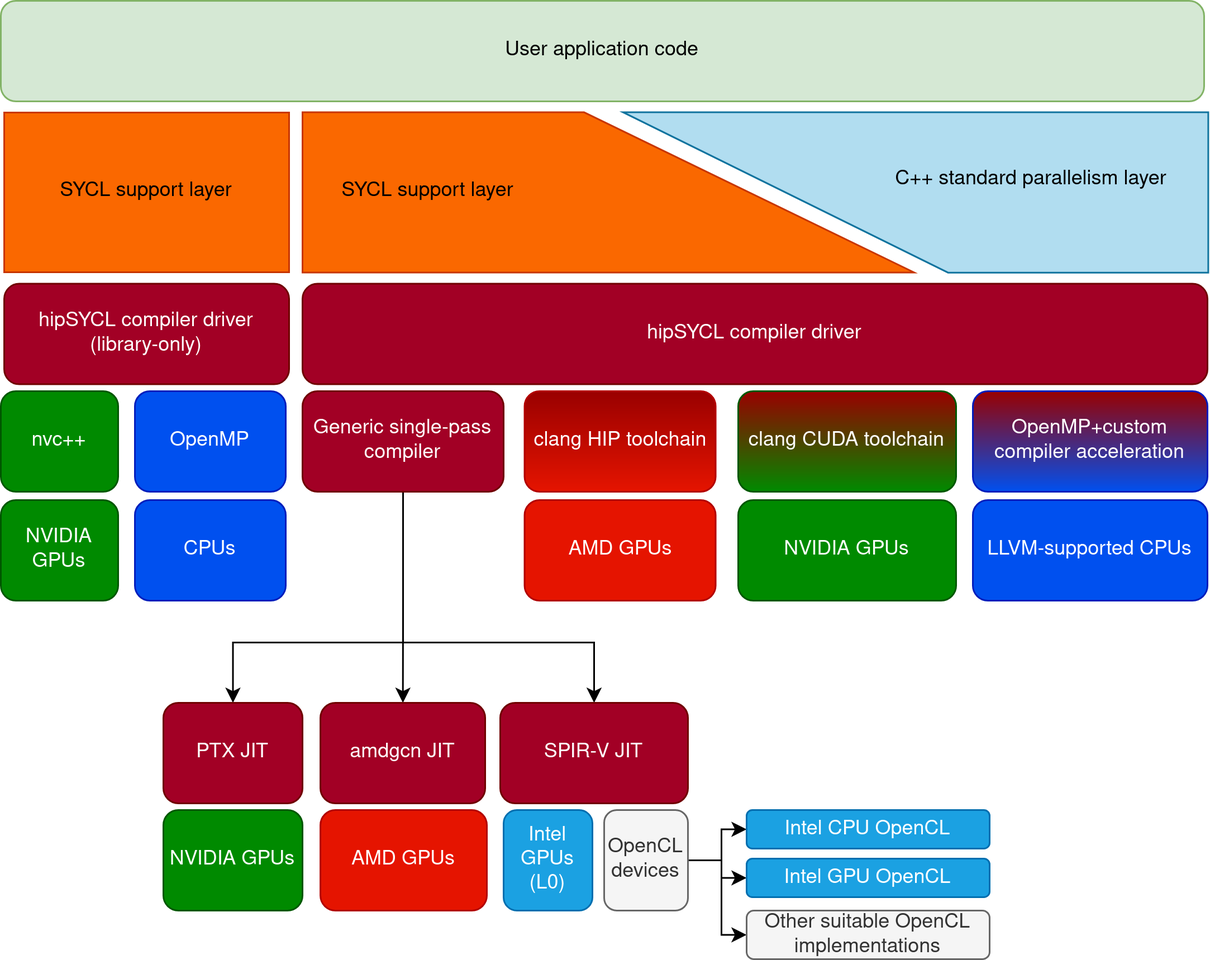
Before: doc/img/stack.png, a diagram exported from draw.io (AdaptiveCpp/AdaptiveCpp). Source tidied: cells renumbered, new cells last; positions are measured from the earlier drawing's top-left corner, leaving out a move shared by most shapes. Source of this version:
```xml
<mxGraphModel>
  <root>
    <mxCell id="0" />
    <mxCell id="1" parent="0" />
    <mxCell id="2" style="shape=manualInput;whiteSpace=wrap;html=1;rotation=90;size=197;fillColor=#fa6800;fontColor=#000000;strokeColor=#C73500;" parent="1" vertex="1">
      <mxGeometry x="314.7" y="-0.2" width="95.6" height="365" as="geometry" />
    </mxCell>
    <mxCell id="3" style="shape=manualInput;whiteSpace=wrap;html=1;rotation=-90;size=194;fillColor=#b1ddf0;strokeColor=#10739e;" parent="1" vertex="1">
      <mxGeometry x="498" y="7.7" width="95.7" height="349.3" as="geometry" />
    </mxCell>
    <mxCell id="4" value="SYCL support layer" style="text;html=1;strokeColor=none;fillColor=none;align=center;verticalAlign=middle;whiteSpace=wrap;rounded=0;" parent="1" vertex="1">
      <mxGeometry x="200" y="167.3" width="110" height="30" as="geometry" />
    </mxCell>
    <mxCell id="5" value="C++ standard parallelism layer" style="text;html=1;strokeColor=none;fillColor=none;align=center;verticalAlign=middle;whiteSpace=wrap;rounded=0;" parent="1" vertex="1">
      <mxGeometry x="530" y="159.9" width="170" height="30" as="geometry" />
    </mxCell>
    <mxCell id="6" value="hipSYCL compiler driver" style="rounded=1;whiteSpace=wrap;html=1;fillColor=#a20025;fontColor=#ffffff;strokeColor=#6F0000;" parent="1" vertex="1">
      <mxGeometry x="180" y="236.9" width="540" height="60" as="geometry" />
    </mxCell>
    <mxCell id="7" value="nvc++" style="rounded=1;whiteSpace=wrap;html=1;fillColor=#008a00;fontColor=#ffffff;strokeColor=#005700;" parent="1" vertex="1">
      <mxGeometry y="301" width="70" height="60" as="geometry" />
    </mxCell>
    <mxCell id="8" value="clang CUDA toolchain" style="rounded=1;whiteSpace=wrap;html=1;fillColor=#008a00;fontColor=#ffffff;strokeColor=#005700;gradientColor=#990000;gradientDirection=north;" parent="1" vertex="1">
      <mxGeometry x="440" y="301" width="130" height="60" as="geometry" />
    </mxCell>
    <mxCell id="9" value="OpenMP+custom compiler acceleration" style="rounded=1;whiteSpace=wrap;html=1;fillColor=#0050ef;fontColor=#ffffff;strokeColor=#001DBC;gradientColor=#990000;gradientDirection=north;" parent="1" vertex="1">
      <mxGeometry x="580" y="301" width="140" height="60" as="geometry" />
    </mxCell>
    <mxCell id="10" value="clang HIP toolchain" style="rounded=1;whiteSpace=wrap;html=1;fillColor=#e51400;fontColor=#ffffff;strokeColor=#B20000;gradientColor=#990000;gradientDirection=north;" parent="1" vertex="1">
      <mxGeometry x="312.5" y="301" width="114" height="60" as="geometry" />
    </mxCell>
    <mxCell id="11" style="edgeStyle=orthogonalEdgeStyle;rounded=0;jettySize=auto;html=1;entryX=0.5;entryY=0;entryDx=0;entryDy=0;" parent="1" edge="1" source="14" target="24">
      <mxGeometry relative="1" as="geometry">
        <Array as="points">
          <mxPoint x="240" y="451" />
          <mxPoint x="139" y="451" />
        </Array>
      </mxGeometry>
    </mxCell>
    <mxCell id="12" style="edgeStyle=orthogonalEdgeStyle;rounded=0;jettySize=auto;html=1;entryX=0.5;entryY=0;entryDx=0;entryDy=0;" parent="1" edge="1" source="14" target="26">
      <mxGeometry relative="1" as="geometry">
        <Array as="points">
          <mxPoint x="240" y="451" />
          <mxPoint x="354" y="451" />
        </Array>
      </mxGeometry>
    </mxCell>
    <mxCell id="13" style="edgeStyle=orthogonalEdgeStyle;rounded=0;jettySize=auto;html=1;" parent="1" edge="1" source="14" target="25">
      <mxGeometry relative="1" as="geometry" />
    </mxCell>
    <mxCell id="14" value="Generic single-pass compiler" style="rounded=1;whiteSpace=wrap;html=1;fillColor=#a20025;fontColor=#ffffff;strokeColor=#6F0000;" parent="1" vertex="1">
      <mxGeometry x="180" y="301" width="120" height="60" as="geometry" />
    </mxCell>
    <mxCell id="15" value="OpenMP" style="rounded=1;whiteSpace=wrap;html=1;fillColor=#0050ef;fontColor=#ffffff;strokeColor=#001DBC;" parent="1" vertex="1">
      <mxGeometry x="80" y="301" width="90" height="60" as="geometry" />
    </mxCell>
    <mxCell id="16" value="hipSYCL compiler driver (library-only)" style="rounded=1;whiteSpace=wrap;html=1;fillColor=#a20025;fontColor=#ffffff;strokeColor=#6F0000;" parent="1" vertex="1">
      <mxGeometry x="2" y="236.9" width="170" height="60" as="geometry" />
    </mxCell>
    <mxCell id="17" value="SYCL support layer" style="rounded=0;whiteSpace=wrap;html=1;fillColor=#fa6800;fontColor=#000000;strokeColor=#C73500;" parent="1" vertex="1">
      <mxGeometry x="2" y="134.7" width="170" height="95.3" as="geometry" />
    </mxCell>
    <mxCell id="18" value="NVIDIA GPUs" style="rounded=1;whiteSpace=wrap;html=1;fillColor=#008a00;fontColor=#ffffff;strokeColor=#005700;" parent="1" vertex="1">
      <mxGeometry y="366" width="70" height="60" as="geometry" />
    </mxCell>
    <mxCell id="19" value="CPUs" style="rounded=1;whiteSpace=wrap;html=1;fillColor=#0050ef;fontColor=#ffffff;strokeColor=#001DBC;" parent="1" vertex="1">
      <mxGeometry x="80" y="366" width="90" height="60" as="geometry" />
    </mxCell>
    <mxCell id="20" value="NVIDIA GPUs" style="rounded=1;whiteSpace=wrap;html=1;fillColor=#008a00;fontColor=#ffffff;strokeColor=#005700;" parent="1" vertex="1">
      <mxGeometry x="440" y="366" width="130" height="60" as="geometry" />
    </mxCell>
    <mxCell id="21" value="LLVM-supported CPUs" style="rounded=1;whiteSpace=wrap;html=1;fillColor=#0050ef;fontColor=#ffffff;strokeColor=#001DBC;" parent="1" vertex="1">
      <mxGeometry x="580" y="366" width="140" height="60" as="geometry" />
    </mxCell>
    <mxCell id="22" value="AMD GPUs" style="rounded=1;whiteSpace=wrap;html=1;fillColor=#e51400;fontColor=#ffffff;strokeColor=#B20000;" parent="1" vertex="1">
      <mxGeometry x="312.5" y="366" width="114" height="60" as="geometry" />
    </mxCell>
    <mxCell id="23" value="User application code" style="rounded=1;whiteSpace=wrap;html=1;fillColor=#d5e8d4;strokeColor=#82b366;" parent="1" vertex="1">
      <mxGeometry y="68" width="718" height="60" as="geometry" />
    </mxCell>
    <mxCell id="24" value="PTX JIT" style="rounded=1;whiteSpace=wrap;html=1;fillColor=#a20025;fontColor=#ffffff;strokeColor=#6F0000;" parent="1" vertex="1">
      <mxGeometry x="97" y="487" width="83" height="60" as="geometry" />
    </mxCell>
    <mxCell id="25" value="amdgcn JIT" style="rounded=1;whiteSpace=wrap;html=1;fillColor=#a20025;fontColor=#ffffff;strokeColor=#6F0000;" parent="1" vertex="1">
      <mxGeometry x="190.7" y="487" width="98.3" height="60" as="geometry" />
    </mxCell>
    <mxCell id="26" value="SPIR-V JIT" style="rounded=1;whiteSpace=wrap;html=1;fillColor=#a20025;fontColor=#ffffff;strokeColor=#6F0000;" parent="1" vertex="1">
      <mxGeometry x="298" y="487" width="112" height="60" as="geometry" />
    </mxCell>
    <mxCell id="27" value="NVIDIA GPUs" style="rounded=1;whiteSpace=wrap;html=1;fillColor=#008a00;fontColor=#ffffff;strokeColor=#005700;" parent="1" vertex="1">
      <mxGeometry x="97" y="551" width="83" height="60" as="geometry" />
    </mxCell>
    <mxCell id="28" value="AMD GPUs" style="rounded=1;whiteSpace=wrap;html=1;fillColor=#e51400;fontColor=#ffffff;strokeColor=#B20000;" parent="1" vertex="1">
      <mxGeometry x="190.7" y="551" width="99.3" height="60" as="geometry" />
    </mxCell>
    <mxCell id="29" value="Intel GPUs (L0)" style="rounded=1;whiteSpace=wrap;html=1;fillColor=#1ba1e2;fontColor=#ffffff;strokeColor=#006EAF;" parent="1" vertex="1">
      <mxGeometry x="300" y="551" width="53" height="60" as="geometry" />
    </mxCell>
    <mxCell id="30" style="edgeStyle=orthogonalEdgeStyle;rounded=0;jettySize=auto;html=1;" parent="1" edge="1" source="33" target="34">
      <mxGeometry relative="1" as="geometry" />
    </mxCell>
    <mxCell id="31" style="edgeStyle=orthogonalEdgeStyle;rounded=0;jettySize=auto;html=1;" parent="1" edge="1" source="33" target="35">
      <mxGeometry relative="1" as="geometry" />
    </mxCell>
    <mxCell id="32" style="edgeStyle=orthogonalEdgeStyle;rounded=0;jettySize=auto;html=1;entryX=0;entryY=0.5;entryDx=0;entryDy=0;" parent="1" edge="1" source="33" target="36">
      <mxGeometry relative="1" as="geometry" />
    </mxCell>
    <mxCell id="33" value="OpenCL devices" style="rounded=1;whiteSpace=wrap;html=1;fillColor=#f5f5f5;strokeColor=#666666;fontColor=#333333;" parent="1" vertex="1">
      <mxGeometry x="360" y="551" width="50" height="60" as="geometry" />
    </mxCell>
    <mxCell id="34" value="Intel CPU OpenCL" style="rounded=1;whiteSpace=wrap;html=1;fillColor=#1ba1e2;fontColor=#ffffff;strokeColor=#006EAF;" parent="1" vertex="1">
      <mxGeometry x="445" y="551" width="145" height="23" as="geometry" />
    </mxCell>
    <mxCell id="35" value="Intel GPU OpenCL" style="rounded=1;whiteSpace=wrap;html=1;fillColor=#1ba1e2;fontColor=#ffffff;strokeColor=#006EAF;" parent="1" vertex="1">
      <mxGeometry x="445" y="580" width="145" height="23" as="geometry" />
    </mxCell>
    <mxCell id="36" value="Other suitable OpenCL implementations" style="rounded=1;whiteSpace=wrap;html=1;fillColor=#f5f5f5;fontColor=#333333;strokeColor=#666666;" parent="1" vertex="1">
      <mxGeometry x="445" y="611" width="145" height="29" as="geometry" />
    </mxCell>
  </root>
</mxGraphModel>
```
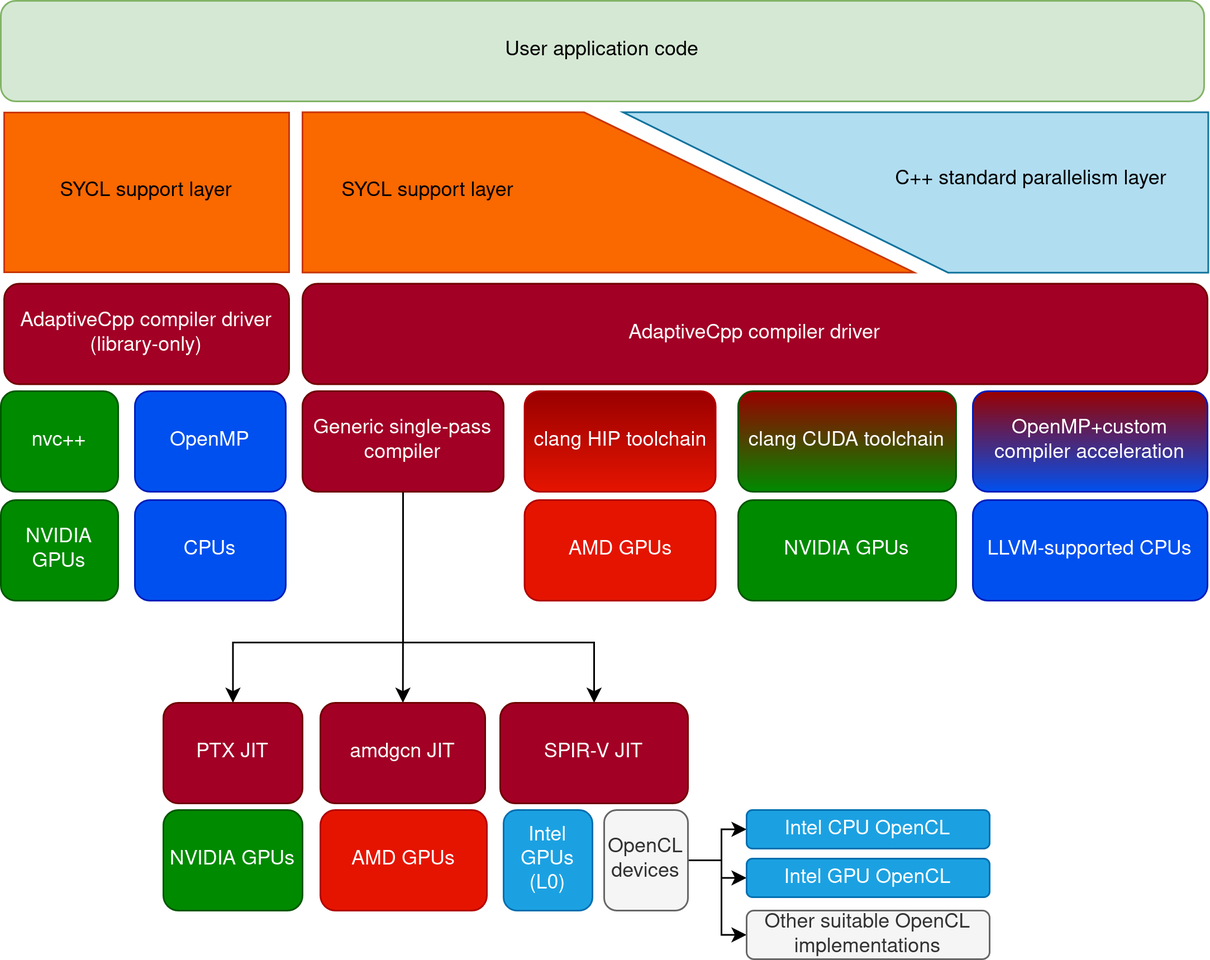
After the change.

Change to the diagram source:
```diff
@@ -14,7 +14,7 @@
     <mxCell id="5" value="C++ standard parallelism layer" style="text;html=1;strokeColor=none;fillColor=none;align=center;verticalAlign=middle;whiteSpace=wrap;rounded=0;" parent="1" vertex="1">
       <mxGeometry x="530" y="159.9" width="170" height="30" as="geometry" />
     </mxCell>
-    <mxCell id="6" value="hipSYCL compiler driver" style="rounded=1;whiteSpace=wrap;html=1;fillColor=#a20025;fontColor=#ffffff;strokeColor=#6F0000;" parent="1" vertex="1">
+    <mxCell id="6" value="AdaptiveCpp compiler driver" style="rounded=1;whiteSpace=wrap;html=1;fillColor=#a20025;fontColor=#ffffff;strokeColor=#6F0000;" parent="1" vertex="1">
       <mxGeometry x="180" y="236.9" width="540" height="60" as="geometry" />
     </mxCell>
     <mxCell id="7" value="nvc++" style="rounded=1;whiteSpace=wrap;html=1;fillColor=#008a00;fontColor=#ffffff;strokeColor=#005700;" parent="1" vertex="1">
@@ -54,7 +54,7 @@
     <mxCell id="15" value="OpenMP" style="rounded=1;whiteSpace=wrap;html=1;fillColor=#0050ef;fontColor=#ffffff;strokeColor=#001DBC;" parent="1" vertex="1">
       <mxGeometry x="80" y="301" width="90" height="60" as="geometry" />
     </mxCell>
-    <mxCell id="16" value="hipSYCL compiler driver (library-only)" style="rounded=1;whiteSpace=wrap;html=1;fillColor=#a20025;fontColor=#ffffff;strokeColor=#6F0000;" parent="1" vertex="1">
+    <mxCell id="16" value="AdaptiveCpp compiler driver (library-only)" style="rounded=1;whiteSpace=wrap;html=1;fillColor=#a20025;fontColor=#ffffff;strokeColor=#6F0000;" parent="1" vertex="1">
       <mxGeometry x="2" y="236.9" width="170" height="60" as="geometry" />
     </mxCell>
     <mxCell id="17" value="SYCL support layer" style="rounded=0;whiteSpace=wrap;html=1;fillColor=#fa6800;fontColor=#000000;strokeColor=#C73500;" parent="1" vertex="1">
```
